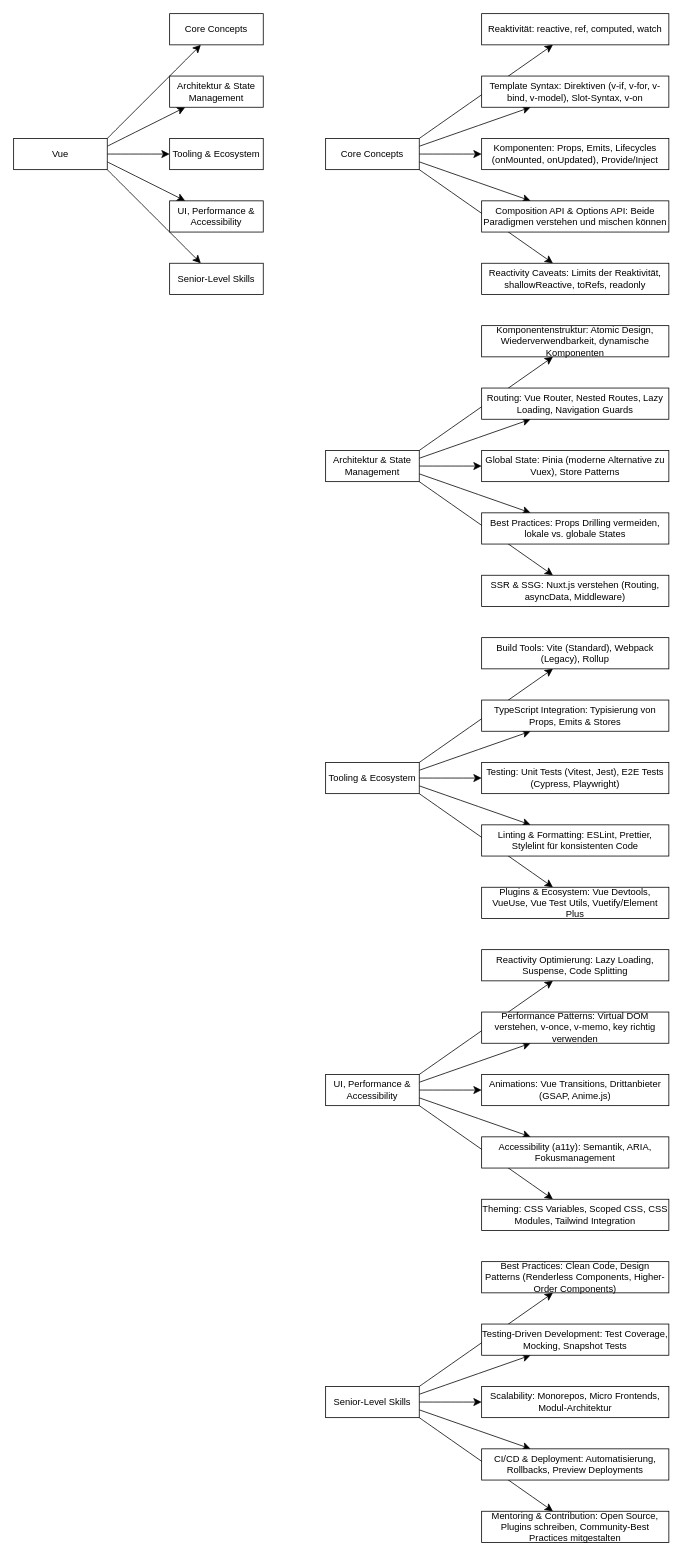
Above: vue_root.drawio in kephalosk/drawio-diagrams (draw.io), before the change. Source tidied: cells renumbered, new cells numbered last; positions are measured from the earlier drawing's top-left corner, leaving out a move shared by most shapes. Both pictures are drawn from the tidied source at 78%, with x=0, y=0 at pixel (13, 13).
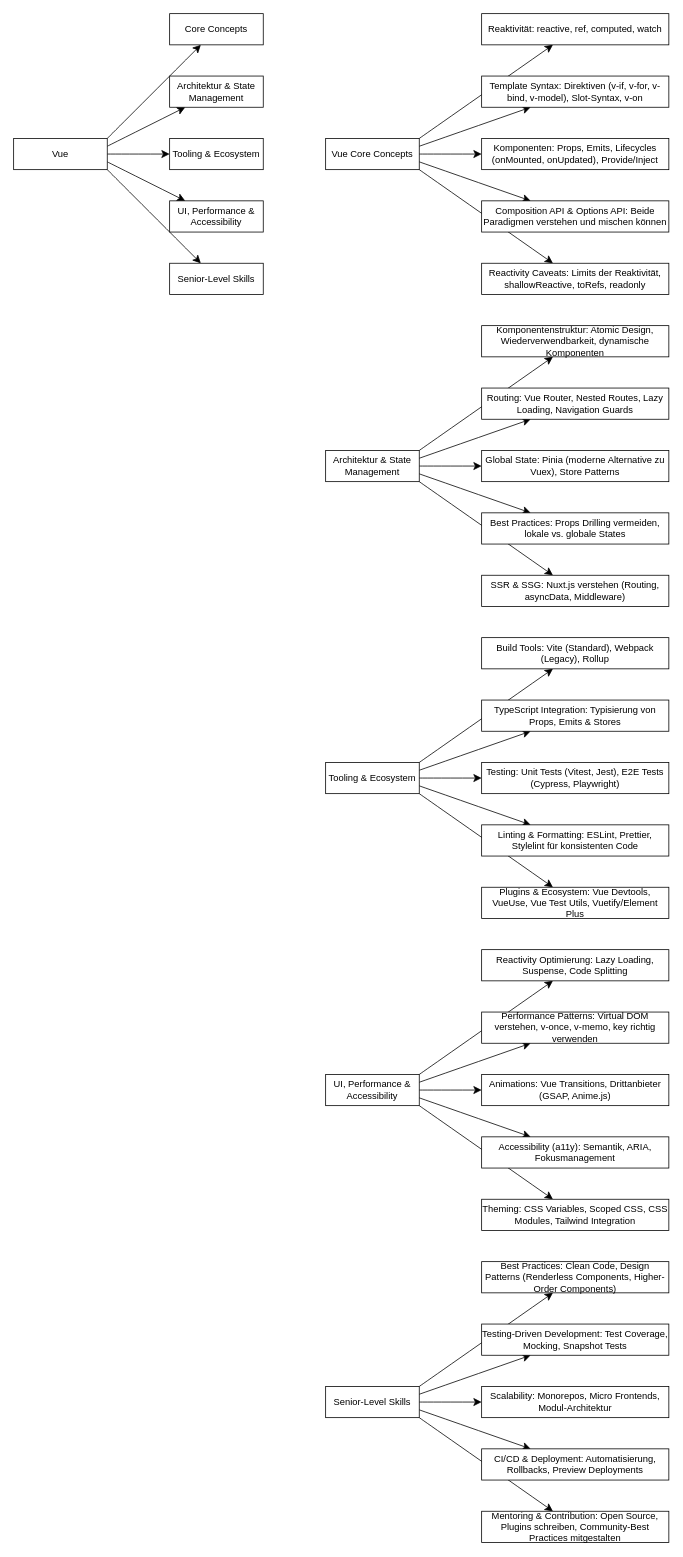
The same page after the edit.

Change to the diagram source:
```diff
@@
-    <mxCell id="18" value="Core Concepts" style="rounded=0;whiteSpace=wrap;html=1;" parent="1" vertex="1">
+    <mxCell id="18" value="Vue Core Concepts" style="rounded=0;whiteSpace=wrap;html=1;" parent="1" vertex="1">
       <mxGeometry x="400" y="160" width="120" height="40" as="geometry" />
     </mxCell>
```
